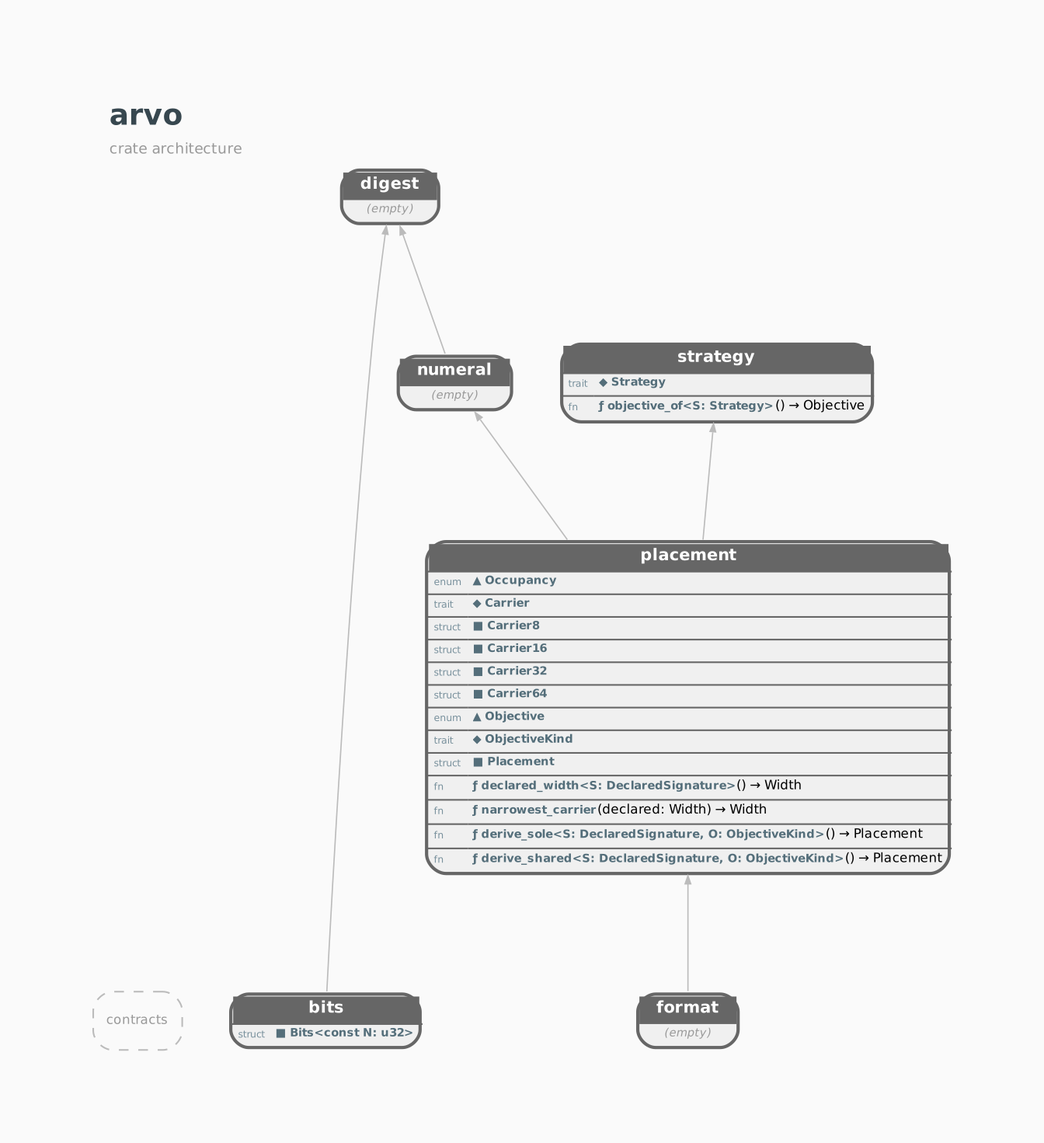
Above: docs/STRUCTURE.GRAPH.png in orgrinrt/arvo (Graphviz), before the change. Its source is kept beside it as docs/STRUCTURE.GRAPH.dot.
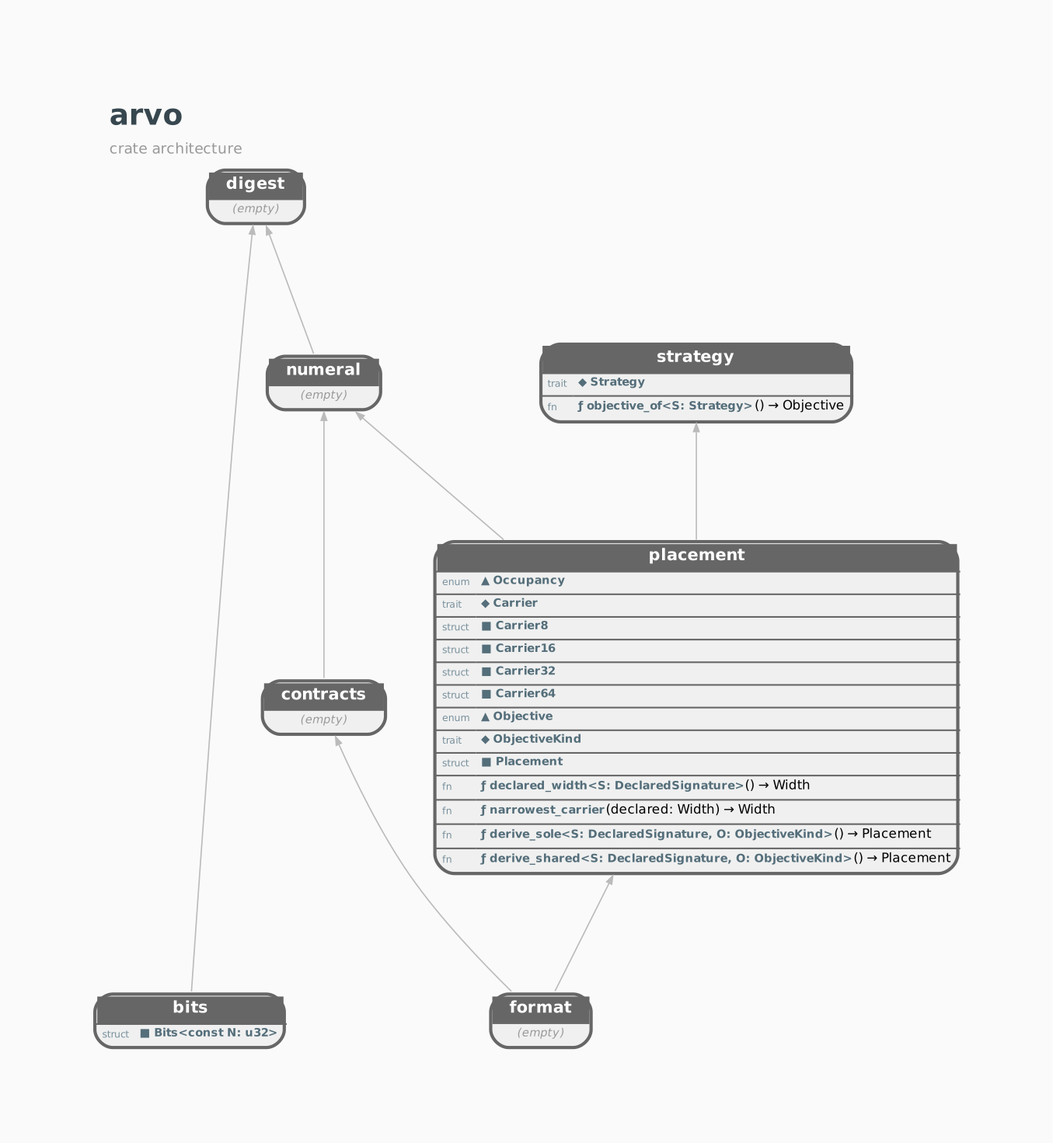
The same diagram one commit later.

Commit message:
docs: regenerate the structure with arvo-contracts built

The edit, as a diff of the source:
```diff
@@ -11,9 +11,8 @@
     labeljust=l;
     label=<<TABLE BORDER="0" CELLBORDER="0" CELLSPACING="0"><TR><TD ALIGN="LEFT"><FONT POINT-SIZE="18" COLOR="#37474F"><B>arvo</B></FONT></TD></TR><TR><TD ALIGN="LEFT"><FONT POINT-SIZE="9" COLOR="#999999">crate architecture</FONT></TD></TR></TABLE>>;
 
-    arvo_contracts [shape=box, style="dashed,rounded", color="#BBBBBB", fontcolor="#999999", label="contracts"];
-
     arvo_bits [shape=none, margin=0, label=<<TABLE BORDER="2" CELLBORDER="0" CELLSPACING="0" CELLPADDING="3" BGCOLOR="#F0F0F0" COLOR="#666666" STYLE="ROUNDED"><TR><TD COLSPAN="2" BGCOLOR="#666666" ALIGN="CENTER"><FONT COLOR="white" POINT-SIZE="10"><B>  bits  </B></FONT></TD></TR><HR/><TR><TD ALIGN="LEFT"><FONT COLOR="#78909C" POINT-SIZE="6">struct</FONT></TD><TD ALIGN="LEFT" PORT="p_Bits"><FONT COLOR="#546E7A" POINT-SIZE="7"><B>■ Bits&lt;const N: u32&gt;</B></FONT></TD></TR></TABLE>>];
+    arvo_contracts [shape=none, margin=0, label=<<TABLE BORDER="2" CELLBORDER="0" CELLSPACING="0" CELLPADDING="3" BGCOLOR="#F0F0F0" COLOR="#666666" STYLE="ROUNDED"><TR><TD COLSPAN="2" BGCOLOR="#666666" ALIGN="CENTER"><FONT COLOR="white" POINT-SIZE="10"><B>  contracts  </B></FONT></TD></TR><TR><TD COLSPAN="2"><FONT COLOR="#999999" POINT-SIZE="7"><I>(empty)</I></FONT></TD></TR></TABLE>>];
     arvo_digest [shape=none, margin=0, label=<<TABLE BORDER="2" CELLBORDER="0" CELLSPACING="0" CELLPADDING="3" BGCOLOR="#F0F0F0" COLOR="#666666" STYLE="ROUNDED"><TR><TD COLSPAN="2" BGCOLOR="#666666" ALIGN="CENTER"><FONT COLOR="white" POINT-SIZE="10"><B>  digest  </B></FONT></TD></TR><TR><TD COLSPAN="2"><FONT COLOR="#999999" POINT-SIZE="7"><I>(empty)</I></FONT></TD></TR></TABLE>>];
     arvo_format [shape=none, margin=0, label=<<TABLE BORDER="2" CELLBORDER="0" CELLSPACING="0" CELLPADDING="3" BGCOLOR="#F0F0F0" COLOR="#666666" STYLE="ROUNDED"><TR><TD COLSPAN="2" BGCOLOR="#666666" ALIGN="CENTER"><FONT COLOR="white" POINT-SIZE="10"><B>  format  </B></FONT></TD></TR><TR><TD COLSPAN="2"><FONT COLOR="#999999" POINT-SIZE="7"><I>(empty)</I></FONT></TD></TR></TABLE>>];
     arvo_numeral [shape=none, margin=0, label=<<TABLE BORDER="2" CELLBORDER="0" CELLSPACING="0" CELLPADDING="3" BGCOLOR="#F0F0F0" COLOR="#666666" STYLE="ROUNDED"><TR><TD COLSPAN="2" BGCOLOR="#666666" ALIGN="CENTER"><FONT COLOR="white" POINT-SIZE="10"><B>  numeral  </B></FONT></TD></TR><TR><TD COLSPAN="2"><FONT COLOR="#999999" POINT-SIZE="7"><I>(empty)</I></FONT></TD></TR></TABLE>>];
@@ -21,13 +20,15 @@
     arvo_strategy [shape=none, margin=0, label=<<TABLE BORDER="2" CELLBORDER="0" CELLSPACING="0" CELLPADDING="3" BGCOLOR="#F0F0F0" COLOR="#666666" STYLE="ROUNDED"><TR><TD COLSPAN="2" BGCOLOR="#666666" ALIGN="CENTER"><FONT COLOR="white" POINT-SIZE="10"><B>  strategy  </B></FONT></TD></TR><HR/><TR><TD ALIGN="LEFT"><FONT COLOR="#78909C" POINT-SIZE="6">trait</FONT></TD><TD ALIGN="LEFT" PORT="p_Strategy"><FONT COLOR="#546E7A" POINT-SIZE="7"><B>◆ Strategy</B></FONT></TD></TR><HR/><TR><TD ALIGN="LEFT"><FONT COLOR="#78909C" POINT-SIZE="6">fn</FONT></TD><TD ALIGN="LEFT" PORT="p_objective_of"><FONT COLOR="#546E7A" POINT-SIZE="7"><B>ƒ objective_of&lt;S: Strategy&gt;</B></FONT>() → Objective</TD></TR></TABLE>>];
 
     { rank=same; arvo_bits; arvo_format; } // depth 0
-    { rank=same; arvo_placement; } // depth 1
+    { rank=same; arvo_contracts; arvo_placement; } // depth 1
     { rank=same; arvo_numeral; arvo_strategy; } // depth 2
     { rank=same; arvo_digest; } // depth 3
 
 
+    arvo_format -> arvo_contracts;
     arvo_numeral -> arvo_digest;
     arvo_bits -> arvo_digest;
+    arvo_contracts -> arvo_numeral;
     arvo_placement -> arvo_numeral;
     arvo_format -> arvo_placement;
     arvo_placement -> arvo_strategy;
```
